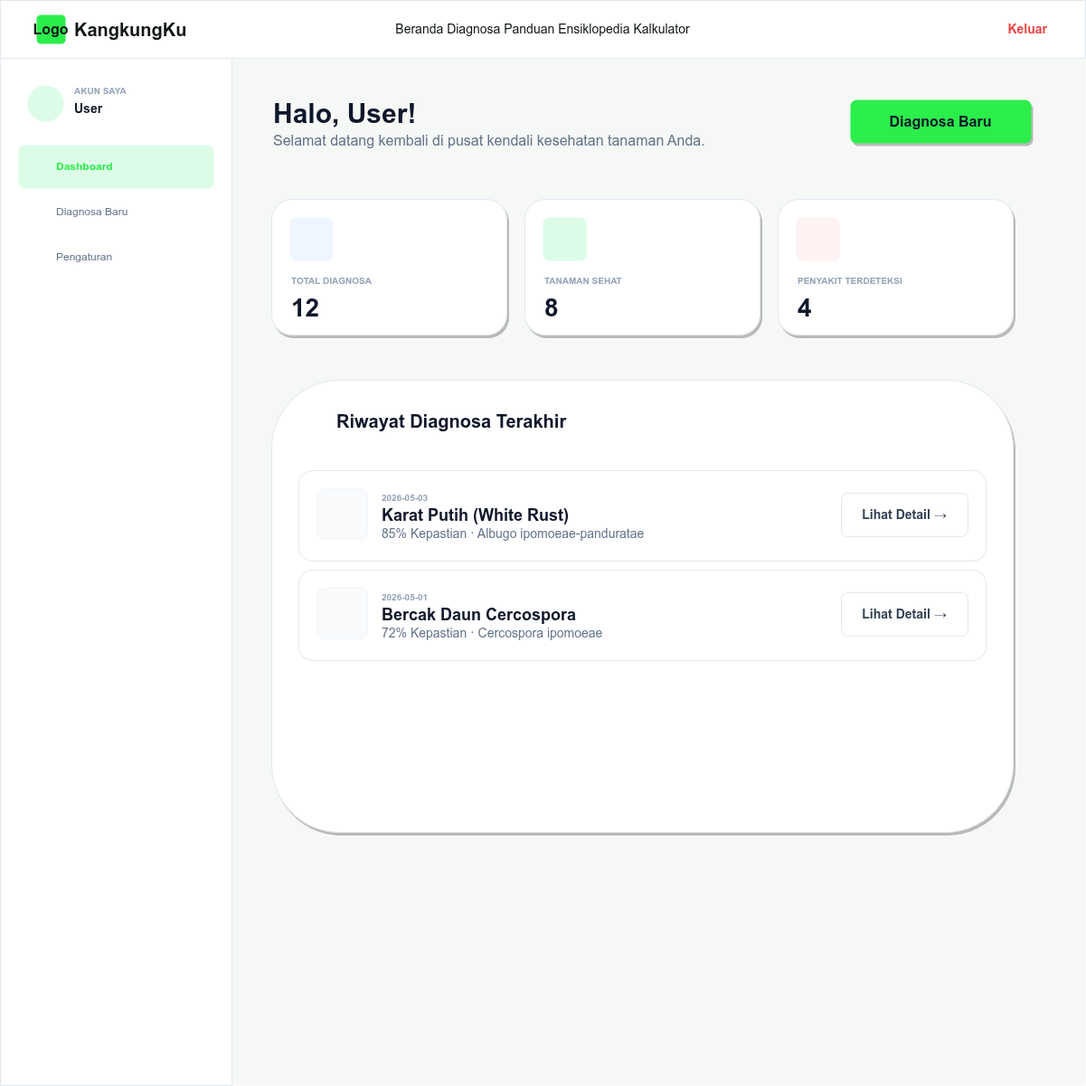
RajaSunrise/kangkungku keeps this draw.io diagram as diagram/desain/user_dashboard.png. Above is the earlier version. Source tidied: cells renumbered, new cells last; positions are measured from the earlier drawing's top-left corner, leaving out a move shared by most shapes.
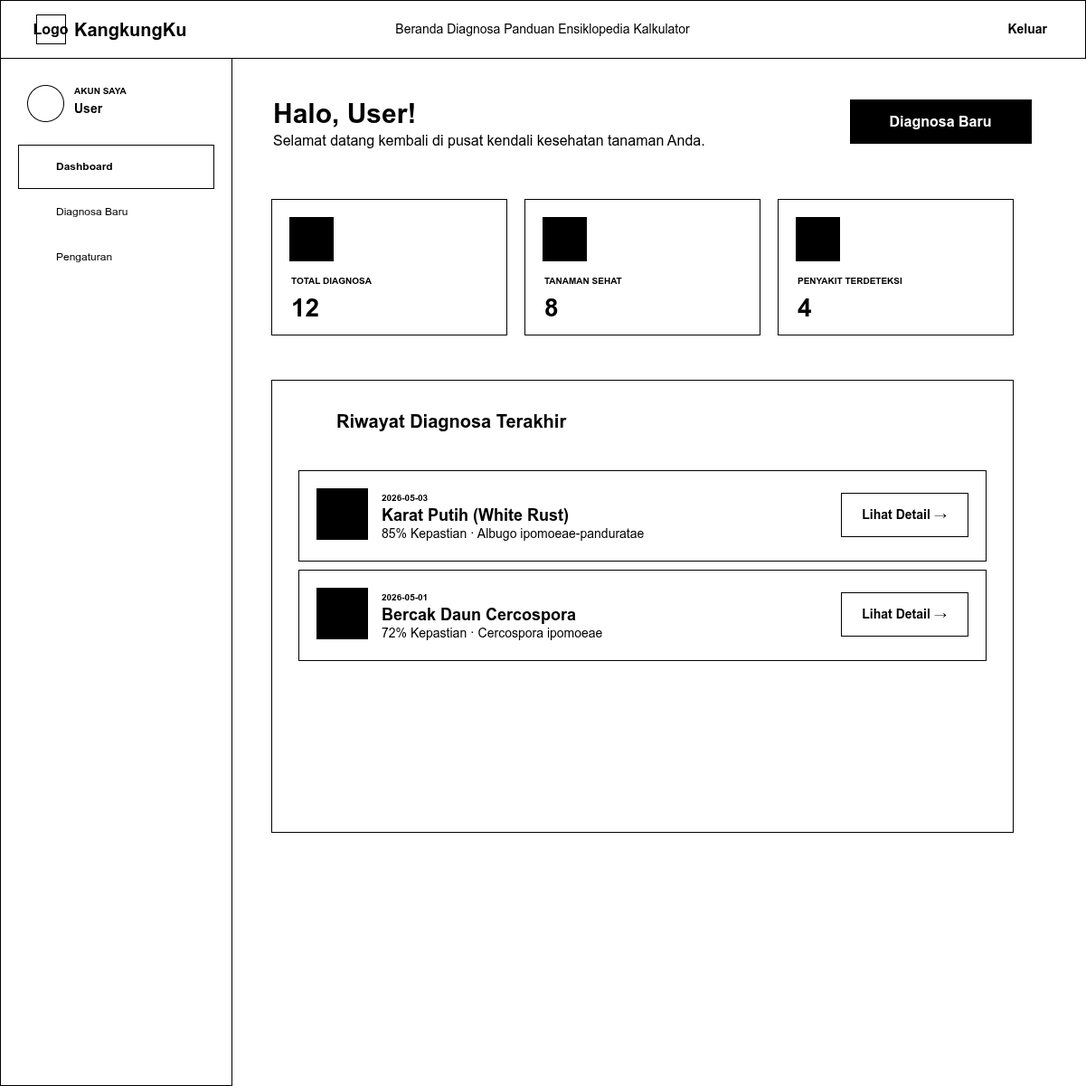
The same diagram one commit later.

Change to the diagram source:
```diff
@@ -2,133 +2,133 @@
   <root>
     <mxCell id="0" />
     <mxCell id="1" parent="0" />
-    <mxCell id="2" style="rounded=0;whiteSpace=wrap;html=1;fillColor=#f6f8f6;strokeColor=none;" parent="1" vertex="1">
+    <mxCell id="2" style="rounded=0;whiteSpace=wrap;html=1;fillColor=#FFFFFF;strokeColor=none;" parent="1" vertex="1">
       <mxGeometry width="1200" height="1200" as="geometry" />
     </mxCell>
-    <mxCell id="3" style="rounded=0;whiteSpace=wrap;html=1;fillColor=#FFFFFF;strokeColor=#E2E8F0;" parent="1" vertex="1">
+    <mxCell id="3" style="rounded=0;whiteSpace=wrap;html=1;fillColor=#FFFFFF;strokeColor=#000000;" parent="1" vertex="1">
       <mxGeometry width="1200" height="64" as="geometry" />
     </mxCell>
-    <mxCell id="4" style="rounded=1;whiteSpace=wrap;html=1;fillColor=#2bee4b;strokeColor=none;" parent="1" vertex="1">
+    <mxCell id="4" style="rounded=0;whiteSpace=wrap;html=1;fillColor=#FFFFFF;strokeColor=#000000;" parent="1" vertex="1">
       <mxGeometry x="40" y="16" width="32" height="32" as="geometry" />
     </mxCell>
-    <mxCell id="5" value="Logo" style="text;html=1;strokeColor=none;fillColor=none;align=center;verticalAlign=middle;whiteSpace=wrap;rounded=0;fontColor=#111812;fontSize=16;fontStyle=1;" parent="1" vertex="1">
+    <mxCell id="5" value="Logo" style="text;html=1;strokeColor=none;fillColor=none;align=center;verticalAlign=middle;whiteSpace=wrap;rounded=0;fontColor=#000000;fontSize=16;fontStyle=1;" parent="1" vertex="1">
       <mxGeometry x="40" y="16" width="32" height="32" as="geometry" />
     </mxCell>
-    <mxCell id="6" value="KangkungKu" style="text;html=1;strokeColor=none;fillColor=none;align=left;verticalAlign=middle;whiteSpace=wrap;rounded=0;fontColor=#111812;fontSize=20;fontStyle=1;" parent="1" vertex="1">
+    <mxCell id="6" value="KangkungKu" style="text;html=1;strokeColor=none;fillColor=none;align=left;verticalAlign=middle;whiteSpace=wrap;rounded=0;fontColor=#000000;fontSize=20;fontStyle=1;" parent="1" vertex="1">
       <mxGeometry x="80" y="12" width="150" height="40" as="geometry" />
     </mxCell>
-    <mxCell id="7" value="Beranda    Diagnosa    Panduan    Ensiklopedia    Kalkulator" style="text;html=1;strokeColor=none;fillColor=none;align=center;verticalAlign=middle;whiteSpace=wrap;rounded=0;fontColor=#111812;fontSize=14;fontStyle=0;" parent="1" vertex="1">
+    <mxCell id="7" value="Beranda    Diagnosa    Panduan    Ensiklopedia    Kalkulator" style="text;html=1;strokeColor=none;fillColor=none;align=center;verticalAlign=middle;whiteSpace=wrap;rounded=0;fontColor=#000000;fontSize=14;fontStyle=0;" parent="1" vertex="1">
       <mxGeometry x="350" y="12" width="500" height="40" as="geometry" />
     </mxCell>
-    <mxCell id="8" value="Keluar" style="text;html=1;strokeColor=none;fillColor=none;align=right;verticalAlign=middle;whiteSpace=wrap;rounded=0;fontColor=#EF4444;fontSize=14;fontStyle=1;" parent="1" vertex="1">
+    <mxCell id="8" value="Keluar" style="text;html=1;strokeColor=none;fillColor=none;align=right;verticalAlign=middle;whiteSpace=wrap;rounded=0;fontColor=#000000;fontSize=14;fontStyle=1;" parent="1" vertex="1">
       <mxGeometry x="1060" y="12" width="100" height="40" as="geometry" />
     </mxCell>
-    <mxCell id="9" style="rounded=0;whiteSpace=wrap;html=1;fillColor=#FFFFFF;strokeColor=#E2E8F0;" parent="1" vertex="1">
+    <mxCell id="9" style="rounded=0;whiteSpace=wrap;html=1;fillColor=#FFFFFF;strokeColor=#000000;" parent="1" vertex="1">
       <mxGeometry y="64" width="256" height="1136" as="geometry" />
     </mxCell>
-    <mxCell id="10" style="ellipse;whiteSpace=wrap;html=1;fillColor=#DCFCE7;strokeColor=none;fontColor=#2bee4b;fontSize=20;" parent="1" vertex="1">
+    <mxCell id="10" style="ellipse;whiteSpace=wrap;html=1;fillColor=#FFFFFF;strokeColor=#000000;fontColor=#000000;fontSize=20;" parent="1" vertex="1">
       <mxGeometry x="30" y="94" width="40" height="40" as="geometry" />
     </mxCell>
-    <mxCell id="11" value="AKUN SAYA" style="text;html=1;strokeColor=none;fillColor=none;align=left;verticalAlign=middle;whiteSpace=wrap;rounded=0;fontColor=#94A3B8;fontSize=10;fontStyle=1;" parent="1" vertex="1">
+    <mxCell id="11" value="AKUN SAYA" style="text;html=1;strokeColor=none;fillColor=none;align=left;verticalAlign=middle;whiteSpace=wrap;rounded=0;fontColor=#000000;fontSize=10;fontStyle=1;" parent="1" vertex="1">
       <mxGeometry x="80" y="90" width="100" height="20" as="geometry" />
     </mxCell>
-    <mxCell id="12" value="User" style="text;html=1;strokeColor=none;fillColor=none;align=left;verticalAlign=middle;whiteSpace=wrap;rounded=0;fontColor=#0F172A;fontSize=14;fontStyle=1;" parent="1" vertex="1">
+    <mxCell id="12" value="User" style="text;html=1;strokeColor=none;fillColor=none;align=left;verticalAlign=middle;whiteSpace=wrap;rounded=0;fontColor=#000000;fontSize=14;fontStyle=1;" parent="1" vertex="1">
       <mxGeometry x="80" y="105" width="150" height="30" as="geometry" />
     </mxCell>
-    <mxCell id="13" value="Dashboard" style="rounded=1;whiteSpace=wrap;html=1;fillColor=#DCFCE7;strokeColor=none;fontColor=#2bee4b;align=left;spacingLeft=40;fontStyle=1;" parent="1" vertex="1">
+    <mxCell id="13" value="Dashboard" style="rounded=0;whiteSpace=wrap;html=1;fillColor=#FFFFFF;strokeColor=#000000;fontColor=#000000;align=left;spacingLeft=40;fontStyle=1;" parent="1" vertex="1">
       <mxGeometry x="20" y="160" width="216" height="48" as="geometry" />
     </mxCell>
-    <mxCell id="14" value="Diagnosa Baru" style="rounded=1;whiteSpace=wrap;html=1;fillColor=none;strokeColor=none;fontColor=#64748B;align=left;spacingLeft=40;" parent="1" vertex="1">
+    <mxCell id="14" value="Diagnosa Baru" style="rounded=0;whiteSpace=wrap;html=1;fillColor=none;strokeColor=none;fontColor=#000000;align=left;spacingLeft=40;" parent="1" vertex="1">
       <mxGeometry x="20" y="210" width="216" height="48" as="geometry" />
     </mxCell>
-    <mxCell id="15" value="Pengaturan" style="rounded=1;whiteSpace=wrap;html=1;fillColor=none;strokeColor=none;fontColor=#64748B;align=left;spacingLeft=40;" parent="1" vertex="1">
+    <mxCell id="15" value="Pengaturan" style="rounded=0;whiteSpace=wrap;html=1;fillColor=none;strokeColor=none;fontColor=#000000;align=left;spacingLeft=40;" parent="1" vertex="1">
       <mxGeometry x="20" y="260" width="216" height="48" as="geometry" />
     </mxCell>
-    <mxCell id="16" value="Halo, User!" style="text;html=1;strokeColor=none;fillColor=none;align=left;verticalAlign=middle;whiteSpace=wrap;rounded=0;fontColor=#0F172A;fontSize=30;fontStyle=1;" parent="1" vertex="1">
+    <mxCell id="16" value="Halo, User!" style="text;html=1;strokeColor=none;fillColor=none;align=left;verticalAlign=middle;whiteSpace=wrap;rounded=0;fontColor=#000000;fontSize=30;fontStyle=1;" parent="1" vertex="1">
       <mxGeometry x="300" y="100" width="400" height="50" as="geometry" />
     </mxCell>
-    <mxCell id="17" value="Selamat datang kembali di pusat kendali kesehatan tanaman Anda." style="text;html=1;strokeColor=none;fillColor=none;align=left;verticalAlign=middle;whiteSpace=wrap;rounded=0;fontColor=#64748B;fontSize=16;" parent="1" vertex="1">
+    <mxCell id="17" value="Selamat datang kembali di pusat kendali kesehatan tanaman Anda." style="text;html=1;strokeColor=none;fillColor=none;align=left;verticalAlign=middle;whiteSpace=wrap;rounded=0;fontColor=#000000;fontSize=16;" parent="1" vertex="1">
       <mxGeometry x="300" y="140" width="600" height="30" as="geometry" />
     </mxCell>
-    <mxCell id="18" value="Diagnosa Baru" style="rounded=1;whiteSpace=wrap;html=1;fillColor=#2bee4b;strokeColor=none;fontColor=#0F172A;fontStyle=1;fontSize=16;shadow=1;" parent="1" vertex="1">
+    <mxCell id="18" value="Diagnosa Baru" style="rounded=0;whiteSpace=wrap;html=1;fillColor=#000000;strokeColor=#000000;fontColor=#FFFFFF;fontStyle=1;fontSize=16;" parent="1" vertex="1">
       <mxGeometry x="940" y="110" width="200" height="48" as="geometry" />
     </mxCell>
-    <mxCell id="19" style="rounded=1;whiteSpace=wrap;html=1;fillColor=#FFFFFF;strokeColor=#E2E8F0;shadow=1;" parent="1" vertex="1">
+    <mxCell id="19" style="rounded=0;whiteSpace=wrap;html=1;fillColor=#FFFFFF;strokeColor=#000000;" parent="1" vertex="1">
       <mxGeometry x="300" y="220" width="260" height="150" as="geometry" />
     </mxCell>
-    <mxCell id="20" style="rounded=1;whiteSpace=wrap;html=1;fillColor=#EFF6FF;strokeColor=none;" parent="1" vertex="1">
+    <mxCell id="20" style="rounded=0;whiteSpace=wrap;html=1;fillColor=#000000;strokeColor=#000000;" parent="1" vertex="1">
       <mxGeometry x="320" y="240" width="48" height="48" as="geometry" />
     </mxCell>
-    <mxCell id="21" value="TOTAL DIAGNOSA" style="text;html=1;strokeColor=none;fillColor=none;align=left;verticalAlign=middle;whiteSpace=wrap;rounded=0;fontColor=#94A3B8;fontSize=10;fontStyle=1;" parent="1" vertex="1">
+    <mxCell id="21" value="TOTAL DIAGNOSA" style="text;html=1;strokeColor=none;fillColor=none;align=left;verticalAlign=middle;whiteSpace=wrap;rounded=0;fontColor=#000000;fontSize=10;fontStyle=1;" parent="1" vertex="1">
       <mxGeometry x="320" y="300" width="200" height="20" as="geometry" />
     </mxCell>
-    <mxCell id="22" value="12" style="text;html=1;strokeColor=none;fillColor=none;align=left;verticalAlign=middle;whiteSpace=wrap;rounded=0;fontColor=#0F172A;fontSize=28;fontStyle=1;" parent="1" vertex="1">
+    <mxCell id="22" value="12" style="text;html=1;strokeColor=none;fillColor=none;align=left;verticalAlign=middle;whiteSpace=wrap;rounded=0;fontColor=#000000;fontSize=28;fontStyle=1;" parent="1" vertex="1">
       <mxGeometry x="320" y="320" width="100" height="40" as="geometry" />
     </mxCell>
-    <mxCell id="23" style="rounded=1;whiteSpace=wrap;html=1;fillColor=#FFFFFF;strokeColor=#E2E8F0;shadow=1;" parent="1" vertex="1">
+    <mxCell id="23" style="rounded=0;whiteSpace=wrap;html=1;fillColor=#FFFFFF;strokeColor=#000000;" parent="1" vertex="1">
       <mxGeometry x="580" y="220" width="260" height="150" as="geometry" />
     </mxCell>
-    <mxCell id="24" style="rounded=1;whiteSpace=wrap;html=1;fillColor=#DCFCE7;strokeColor=none;" parent="1" vertex="1">
+    <mxCell id="24" style="rounded=0;whiteSpace=wrap;html=1;fillColor=#000000;strokeColor=#000000;" parent="1" vertex="1">
       <mxGeometry x="600" y="240" width="48" height="48" as="geometry" />
     </mxCell>
-    <mxCell id="25" value="TANAMAN SEHAT" style="text;html=1;strokeColor=none;fillColor=none;align=left;verticalAlign=middle;whiteSpace=wrap;rounded=0;fontColor=#94A3B8;fontSize=10;fontStyle=1;" parent="1" vertex="1">
+    <mxCell id="25" value="TANAMAN SEHAT" style="text;html=1;strokeColor=none;fillColor=none;align=left;verticalAlign=middle;whiteSpace=wrap;rounded=0;fontColor=#000000;fontSize=10;fontStyle=1;" parent="1" vertex="1">
       <mxGeometry x="600" y="300" width="200" height="20" as="geometry" />
     </mxCell>
-    <mxCell id="26" value="8" style="text;html=1;strokeColor=none;fillColor=none;align=left;verticalAlign=middle;whiteSpace=wrap;rounded=0;fontColor=#0F172A;fontSize=28;fontStyle=1;" parent="1" vertex="1">
+    <mxCell id="26" value="8" style="text;html=1;strokeColor=none;fillColor=none;align=left;verticalAlign=middle;whiteSpace=wrap;rounded=0;fontColor=#000000;fontSize=28;fontStyle=1;" parent="1" vertex="1">
       <mxGeometry x="600" y="320" width="100" height="40" as="geometry" />
     </mxCell>
-    <mxCell id="27" style="rounded=1;whiteSpace=wrap;html=1;fillColor=#FFFFFF;strokeColor=#E2E8F0;shadow=1;" parent="1" vertex="1">
+    <mxCell id="27" style="rounded=0;whiteSpace=wrap;html=1;fillColor=#FFFFFF;strokeColor=#000000;" parent="1" vertex="1">
       <mxGeometry x="860" y="220" width="260" height="150" as="geometry" />
     </mxCell>
-    <mxCell id="28" style="rounded=1;whiteSpace=wrap;html=1;fillColor=#FEF2F2;strokeColor=none;" parent="1" vertex="1">
+    <mxCell id="28" style="rounded=0;whiteSpace=wrap;html=1;fillColor=#000000;strokeColor=#000000;" parent="1" vertex="1">
       <mxGeometry x="880" y="240" width="48" height="48" as="geometry" />
     </mxCell>
-    <mxCell id="29" value="PENYAKIT TERDETEKSI" style="text;html=1;strokeColor=none;fillColor=none;align=left;verticalAlign=middle;whiteSpace=wrap;rounded=0;fontColor=#94A3B8;fontSize=10;fontStyle=1;" parent="1" vertex="1">
+    <mxCell id="29" value="PENYAKIT TERDETEKSI" style="text;html=1;strokeColor=none;fillColor=none;align=left;verticalAlign=middle;whiteSpace=wrap;rounded=0;fontColor=#000000;fontSize=10;fontStyle=1;" parent="1" vertex="1">
       <mxGeometry x="880" y="300" width="200" height="20" as="geometry" />
     </mxCell>
-    <mxCell id="30" value="4" style="text;html=1;strokeColor=none;fillColor=none;align=left;verticalAlign=middle;whiteSpace=wrap;rounded=0;fontColor=#0F172A;fontSize=28;fontStyle=1;" parent="1" vertex="1">
+    <mxCell id="30" value="4" style="text;html=1;strokeColor=none;fillColor=none;align=left;verticalAlign=middle;whiteSpace=wrap;rounded=0;fontColor=#000000;fontSize=28;fontStyle=1;" parent="1" vertex="1">
       <mxGeometry x="880" y="320" width="100" height="40" as="geometry" />
     </mxCell>
-    <mxCell id="31" style="rounded=1;whiteSpace=wrap;html=1;fillColor=#FFFFFF;strokeColor=#E2E8F0;shadow=1;" parent="1" vertex="1">
+    <mxCell id="31" style="rounded=0;whiteSpace=wrap;html=1;fillColor=#FFFFFF;strokeColor=#000000;" parent="1" vertex="1">
       <mxGeometry x="300" y="420" width="820" height="500" as="geometry" />
     </mxCell>
-    <mxCell id="32" value="Riwayat Diagnosa Terakhir" style="text;html=1;strokeColor=none;fillColor=none;align=left;verticalAlign=middle;whiteSpace=wrap;rounded=0;fontColor=#0F172A;fontSize=20;fontStyle=1;" parent="1" vertex="1">
+    <mxCell id="32" value="Riwayat Diagnosa Terakhir" style="text;html=1;strokeColor=none;fillColor=none;align=left;verticalAlign=middle;whiteSpace=wrap;rounded=0;fontColor=#000000;fontSize=20;fontStyle=1;" parent="1" vertex="1">
       <mxGeometry x="370" y="445" width="400" height="40" as="geometry" />
     </mxCell>
-    <mxCell id="33" style="rounded=1;whiteSpace=wrap;html=1;fillColor=#FFFFFF;strokeColor=#E2E8F0;" parent="1" vertex="1">
+    <mxCell id="33" style="rounded=0;whiteSpace=wrap;html=1;fillColor=#FFFFFF;strokeColor=#000000;" parent="1" vertex="1">
       <mxGeometry x="330" y="520" width="760" height="100" as="geometry" />
     </mxCell>
-    <mxCell id="34" style="rounded=1;whiteSpace=wrap;html=1;fillColor=#F8FAFC;strokeColor=#F1F5F9;" parent="1" vertex="1">
+    <mxCell id="34" style="rounded=0;whiteSpace=wrap;html=1;fillColor=#000000;strokeColor=#000000;" parent="1" vertex="1">
       <mxGeometry x="350" y="540" width="56" height="56" as="geometry" />
     </mxCell>
-    <mxCell id="35" value="2026-05-03" style="text;html=1;strokeColor=none;fillColor=none;align=left;verticalAlign=middle;whiteSpace=wrap;rounded=0;fontColor=#94A3B8;fontSize=10;fontStyle=1;" parent="1" vertex="1">
+    <mxCell id="35" value="2026-05-03" style="text;html=1;strokeColor=none;fillColor=none;align=left;verticalAlign=middle;whiteSpace=wrap;rounded=0;fontColor=#000000;fontSize=10;fontStyle=1;" parent="1" vertex="1">
       <mxGeometry x="420" y="540" width="200" height="20" as="geometry" />
     </mxCell>
-    <mxCell id="36" value="Karat Putih (White Rust)" style="text;html=1;strokeColor=none;fillColor=none;align=left;verticalAlign=middle;whiteSpace=wrap;rounded=0;fontColor=#0F172A;fontSize=18;fontStyle=1;" parent="1" vertex="1">
+    <mxCell id="36" value="Karat Putih (White Rust)" style="text;html=1;strokeColor=none;fillColor=none;align=left;verticalAlign=middle;whiteSpace=wrap;rounded=0;fontColor=#000000;fontSize=18;fontStyle=1;" parent="1" vertex="1">
       <mxGeometry x="420" y="555" width="300" height="30" as="geometry" />
     </mxCell>
-    <mxCell id="37" value="85% Kepastian   ·   Albugo ipomoeae-panduratae" style="text;html=1;strokeColor=none;fillColor=none;align=left;verticalAlign=middle;whiteSpace=wrap;rounded=0;fontColor=#64748B;fontSize=14;" parent="1" vertex="1">
+    <mxCell id="37" value="85% Kepastian   ·   Albugo ipomoeae-panduratae" style="text;html=1;strokeColor=none;fillColor=none;align=left;verticalAlign=middle;whiteSpace=wrap;rounded=0;fontColor=#000000;fontSize=14;" parent="1" vertex="1">
       <mxGeometry x="420" y="580" width="400" height="20" as="geometry" />
     </mxCell>
-    <mxCell id="38" value="Lihat Detail   →" style="rounded=1;whiteSpace=wrap;html=1;fillColor=none;strokeColor=#E2E8F0;fontColor=#334155;fontStyle=1;fontSize=14;" parent="1" vertex="1">
+    <mxCell id="38" value="Lihat Detail   →" style="rounded=0;whiteSpace=wrap;html=1;fillColor=none;strokeColor=#000000;fontColor=#000000;fontStyle=1;fontSize=14;" parent="1" vertex="1">
       <mxGeometry x="930" y="545" width="140" height="48" as="geometry" />
     </mxCell>
-    <mxCell id="39" style="rounded=1;whiteSpace=wrap;html=1;fillColor=#FFFFFF;strokeColor=#E2E8F0;" parent="1" vertex="1">
+    <mxCell id="39" style="rounded=0;whiteSpace=wrap;html=1;fillColor=#FFFFFF;strokeColor=#000000;" parent="1" vertex="1">
       <mxGeometry x="330" y="630" width="760" height="100" as="geometry" />
     </mxCell>
-    <mxCell id="40" style="rounded=1;whiteSpace=wrap;html=1;fillColor=#F8FAFC;strokeColor=#F1F5F9;" parent="1" vertex="1">
+    <mxCell id="40" style="rounded=0;whiteSpace=wrap;html=1;fillColor=#000000;strokeColor=#000000;" parent="1" vertex="1">
       <mxGeometry x="350" y="650" width="56" height="56" as="geometry" />
     </mxCell>
-    <mxCell id="41" value="2026-05-01" style="text;html=1;strokeColor=none;fillColor=none;align=left;verticalAlign=middle;whiteSpace=wrap;rounded=0;fontColor=#94A3B8;fontSize=10;fontStyle=1;" parent="1" vertex="1">
+    <mxCell id="41" value="2026-05-01" style="text;html=1;strokeColor=none;fillColor=none;align=left;verticalAlign=middle;whiteSpace=wrap;rounded=0;fontColor=#000000;fontSize=10;fontStyle=1;" parent="1" vertex="1">
       <mxGeometry x="420" y="650" width="200" height="20" as="geometry" />
     </mxCell>
-    <mxCell id="42" value="Bercak Daun Cercospora" style="text;html=1;strokeColor=none;fillColor=none;align=left;verticalAlign=middle;whiteSpace=wrap;rounded=0;fontColor=#0F172A;fontSize=18;fontStyle=1;" parent="1" vertex="1">
+    <mxCell id="42" value="Bercak Daun Cercospora" style="text;html=1;strokeColor=none;fillColor=none;align=left;verticalAlign=middle;whiteSpace=wrap;rounded=0;fontColor=#000000;fontSize=18;fontStyle=1;" parent="1" vertex="1">
       <mxGeometry x="420" y="665" width="300" height="30" as="geometry" />
     </mxCell>
-    <mxCell id="43" value="72% Kepastian   ·   Cercospora ipomoeae" style="text;html=1;strokeColor=none;fillColor=none;align=left;verticalAlign=middle;whiteSpace=wrap;rounded=0;fontColor=#64748B;fontSize=14;" parent="1" vertex="1">
+    <mxCell id="43" value="72% Kepastian   ·   Cercospora ipomoeae" style="text;html=1;strokeColor=none;fillColor=none;align=left;verticalAlign=middle;whiteSpace=wrap;rounded=0;fontColor=#000000;fontSize=14;" parent="1" vertex="1">
       <mxGeometry x="420" y="690" width="400" height="20" as="geometry" />
     </mxCell>
-    <mxCell id="44" value="Lihat Detail   →" style="rounded=1;whiteSpace=wrap;html=1;fillColor=none;strokeColor=#E2E8F0;fontColor=#334155;fontStyle=1;fontSize=14;" parent="1" vertex="1">
+    <mxCell id="44" value="Lihat Detail   →" style="rounded=0;whiteSpace=wrap;html=1;fillColor=none;strokeColor=#000000;fontColor=#000000;fontStyle=1;fontSize=14;" parent="1" vertex="1">
       <mxGeometry x="930" y="655" width="140" height="48" as="geometry" />
     </mxCell>
   </root>
```
